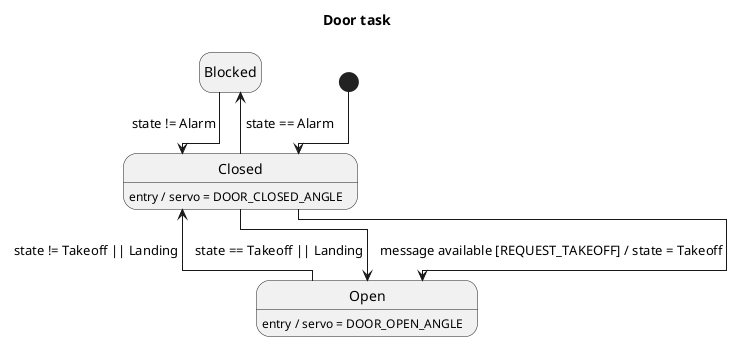
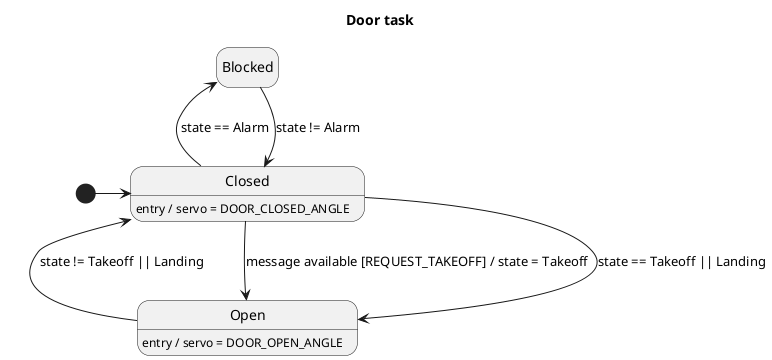
@startuml DoorTask
- !pragma layout elk
hide empty description

title "Door task"

state start <<start>>

state "Closed" as closed
closed : entry / servo = DOOR_CLOSED_ANGLE

state "Blocked" as blocked

state "Open" as open
open : entry / servo = DOOR_OPEN_ANGLE

- start -d-> closed
+ start -r-> closed

- closed -l-> blocked : state == Alarm
- blocked -r-> closed : state != Alarm
- closed -r-> open : message available [REQUEST_TAKEOFF] / state = Takeoff
- closed -r-> open : state == Takeoff || Landing
+ closed -u-> blocked : state == Alarm
+ blocked -d-> closed : state != Alarm
+ closed -d-> open : message available [REQUEST_TAKEOFF] / state = Takeoff
+ closed -u-> open : state == Takeoff || Landing

open -l-> closed : state != Takeoff || Landing

@enduml
